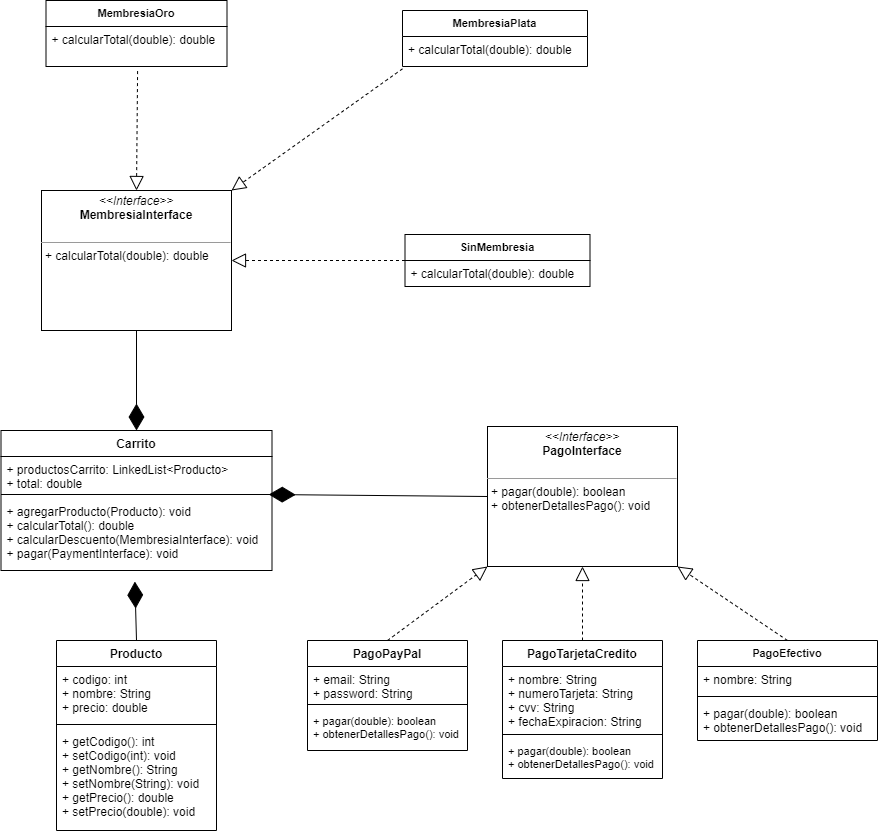
Before: UML/UML MODIFICADO 2.png, a diagram exported from draw.io (jeannirasic/IPC1_C_Conferencia). Source tidied: cells renumbered, new cells last; positions are measured from the earlier drawing's top-left corner, leaving out a move shared by most shapes.
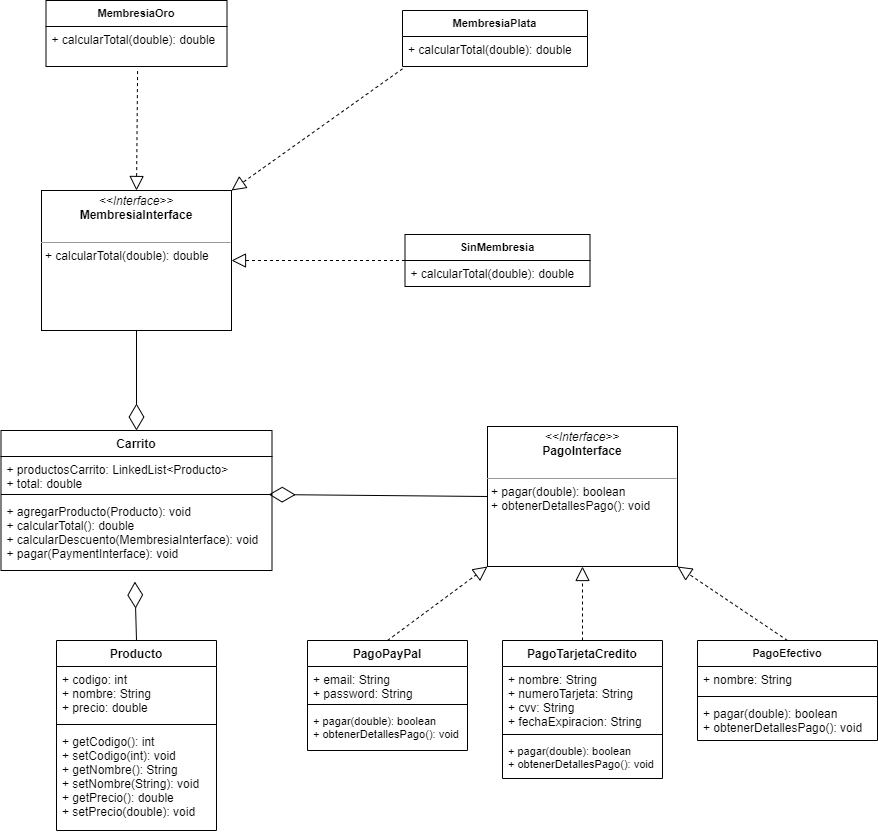
After the change.

What changed in the source:
```diff
@@ -50,10 +50,10 @@
     <mxCell id="17" value="+ pagar(double): boolean&#10;+ obtenerDetallesPago(): void" style="text;strokeColor=none;fillColor=none;align=left;verticalAlign=top;spacingLeft=4;spacingRight=4;overflow=hidden;fontSize=11;" parent="14" vertex="1">
       <mxGeometry y="68" width="160" height="42" as="geometry" />
     </mxCell>
-    <mxCell id="18" style="endArrow=diamondThin;endFill=1;endSize=24;html=1;exitX=0.5;exitY=0;exitDx=0;exitDy=0;entryX=0.494;entryY=1.154;entryDx=0;entryDy=0;entryPerimeter=0;" parent="1" edge="1" source="6" target="5">
+    <mxCell id="18" style="endArrow=diamondThin;endFill=0;endSize=24;html=1;exitX=0.5;exitY=0;exitDx=0;exitDy=0;entryX=0.494;entryY=1.154;entryDx=0;entryDy=0;entryPerimeter=0;" parent="1" edge="1" source="6" target="5">
       <mxGeometry relative="1" as="geometry" />
     </mxCell>
-    <mxCell id="19" style="endArrow=diamondThin;endFill=1;endSize=24;html=1;exitX=0;exitY=0.5;exitDx=0;exitDy=0;entryX=0.988;entryY=1.118;entryDx=0;entryDy=0;entryPerimeter=0;" parent="1" edge="1" source="22" target="3">
+    <mxCell id="19" style="endArrow=diamondThin;endFill=0;endSize=24;html=1;exitX=0;exitY=0.5;exitDx=0;exitDy=0;entryX=0.988;entryY=1.118;entryDx=0;entryDy=0;entryPerimeter=0;" parent="1" edge="1" source="22" target="3">
       <mxGeometry relative="1" as="geometry" />
     </mxCell>
     <mxCell id="20" style="endArrow=block;dashed=1;endFill=0;endSize=12;html=1;exitX=0.5;exitY=0;exitDx=0;exitDy=0;entryX=0;entryY=1;entryDx=0;entryDy=0;" parent="1" edge="1" source="14" target="22">
@@ -68,7 +68,7 @@
     <mxCell id="23" value="&lt;p style=&quot;margin: 0px ; margin-top: 4px ; text-align: center&quot;&gt;&lt;i&gt;&amp;lt;&amp;lt;Interface&amp;gt;&amp;gt;&lt;/i&gt;&lt;br&gt;&lt;b&gt;MembresiaInterface&lt;/b&gt;&lt;/p&gt;&lt;br&gt;&lt;hr size=&quot;1&quot;&gt;&lt;p style=&quot;margin: 0px ; margin-left: 4px&quot;&gt;+ calcularTotal(double): double&lt;br&gt;&lt;br&gt;&lt;/p&gt;" style="verticalAlign=top;align=left;overflow=fill;fontSize=12;fontFamily=Helvetica;html=1;" parent="1" vertex="1">
       <mxGeometry x="40" y="190" width="190" height="140" as="geometry" />
     </mxCell>
-    <mxCell id="24" style="endArrow=diamondThin;endFill=1;endSize=24;html=1;fontSize=11;exitX=0.5;exitY=1;exitDx=0;exitDy=0;entryX=0.5;entryY=0;entryDx=0;entryDy=0;" parent="1" edge="1" source="23" target="2">
+    <mxCell id="24" style="endArrow=diamondThin;endFill=0;endSize=24;html=1;fontSize=11;exitX=0.5;exitY=1;exitDx=0;exitDy=0;entryX=0.5;entryY=0;entryDx=0;entryDy=0;" parent="1" edge="1" source="23" target="2">
       <mxGeometry relative="1" as="geometry" />
     </mxCell>
     <mxCell id="25" value="MembresiaOro" style="swimlane;fontStyle=1;align=center;verticalAlign=top;horizontal=1;startSize=26;fontSize=11;" parent="1" vertex="1">
```
